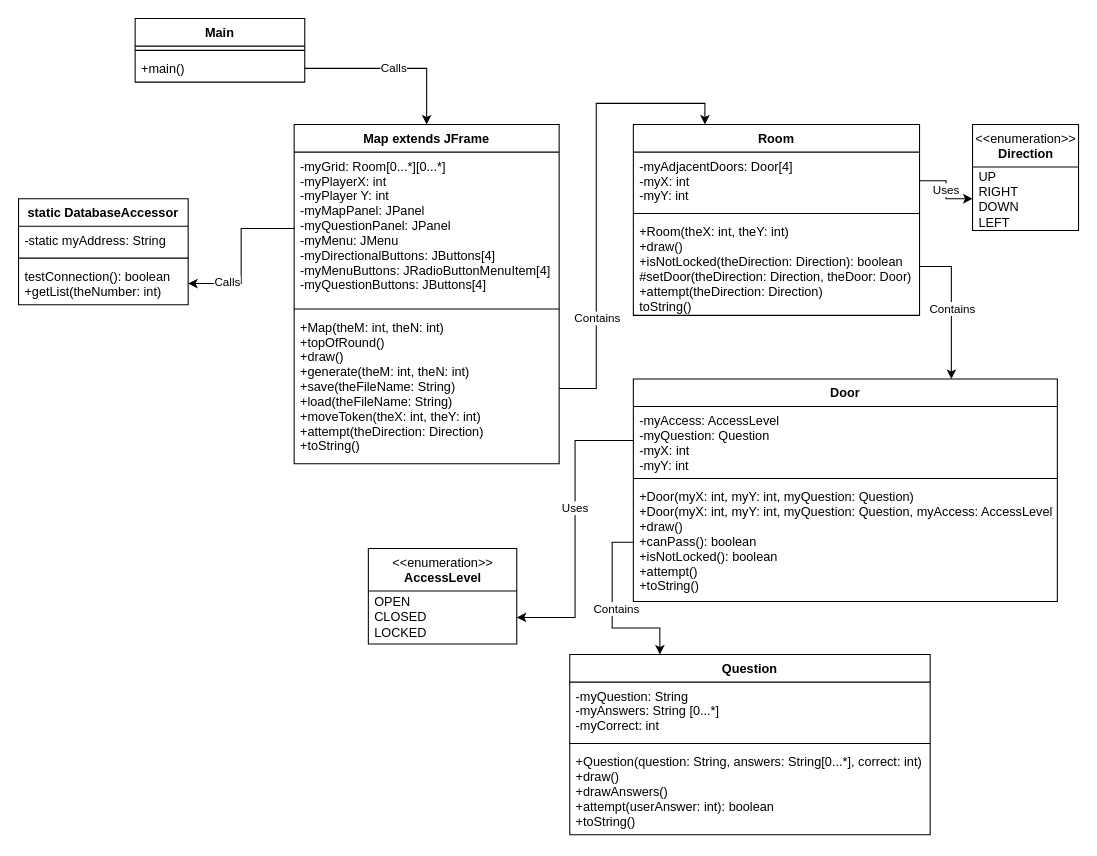
This is page "Map W/ GUI" (1 of 2) of TriviaMazeUML.drawio from mperez68/TriviaMaze, a draw.io file, before an edit. Source tidied: cells renumbered, new cells numbered last; positions are measured from the earlier drawing's top-left corner, leaving out a move shared by most shapes. Both pictures are drawn from the tidied source at 106%, with x=0, y=0 at pixel (18, 18).
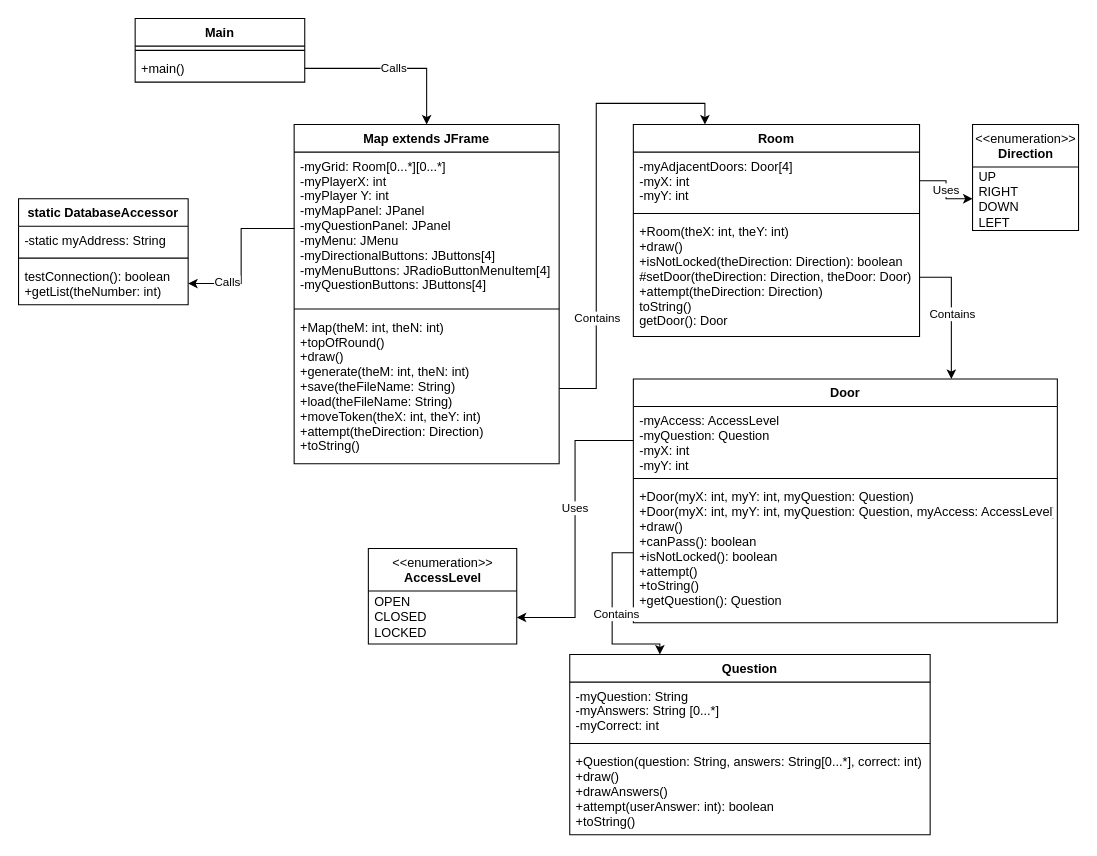
Above is the later version.

Commit message:
2 alternate complete UML's, with and without GUI built in

Change to the diagram source:
```diff
@@
     <mxCell id="6" value="Room" style="swimlane;fontStyle=1;align=center;verticalAlign=top;horizontal=1;startSize=26;" parent="1" vertex="1">
-      <mxGeometry x="580" y="100" width="270" height="180" as="geometry" />
+      <mxGeometry x="580" y="100" width="270" height="200" as="geometry" />
     </mxCell>
@@
-    <mxCell id="9" value="+Room(theX: int, theY: int)&#10;+draw()&#10;+isNotLocked(theDirection: Direction): boolean&#10;#setDoor(theDirection: Direction, theDoor: Door)&#10;+attempt(theDirection: Direction)&#10;toString()" style="text;strokeColor=none;fillColor=none;align=left;verticalAlign=top;spacingLeft=4;spacingRight=4;overflow=hidden;points=[[0,0.5],[1,0.5]];portConstraint=eastwest;" parent="6" vertex="1">
-      <mxGeometry y="88" width="270" height="92" as="geometry" />
+    <mxCell id="9" value="+Room(theX: int, theY: int)&#10;+draw()&#10;+isNotLocked(theDirection: Direction): boolean&#10;#setDoor(theDirection: Direction, theDoor: Door)&#10;+attempt(theDirection: Direction)&#10;toString()&#10;getDoor(): Door" style="text;strokeColor=none;fillColor=none;align=left;verticalAlign=top;spacingLeft=4;spacingRight=4;overflow=hidden;points=[[0,0.5],[1,0.5]];portConstraint=eastwest;" parent="6" vertex="1">
+      <mxGeometry y="88" width="270" height="112" as="geometry" />
     </mxCell>
@@
     <mxCell id="12" value="Door" style="swimlane;fontStyle=1;align=center;verticalAlign=top;horizontal=1;startSize=26;" parent="1" vertex="1">
-      <mxGeometry x="580" y="340" width="400" height="210" as="geometry" />
+      <mxGeometry x="580" y="340" width="400" height="230" as="geometry" />
     </mxCell>
@@
-    <mxCell id="15" value="+Door(myX: int, myY: int, myQuestion: Question)&#10;+Door(myX: int, myY: int, myQuestion: Question, myAccess: AccessLevel)&#10;+draw()&#10;+canPass(): boolean&#10;+isNotLocked(): boolean&#10;+attempt()&#10;+toString()" style="text;strokeColor=none;fillColor=none;align=left;verticalAlign=top;spacingLeft=4;spacingRight=4;overflow=hidden;points=[[0,0.5],[1,0.5]];portConstraint=eastwest;" parent="12" vertex="1">
-      <mxGeometry y="98" width="400" height="112" as="geometry" />
+    <mxCell id="15" value="+Door(myX: int, myY: int, myQuestion: Question)&#10;+Door(myX: int, myY: int, myQuestion: Question, myAccess: AccessLevel)&#10;+draw()&#10;+canPass(): boolean&#10;+isNotLocked(): boolean&#10;+attempt()&#10;+toString()&#10;+getQuestion(): Question" style="text;strokeColor=none;fillColor=none;align=left;verticalAlign=top;spacingLeft=4;spacingRight=4;overflow=hidden;points=[[0,0.5],[1,0.5]];portConstraint=eastwest;" parent="12" vertex="1">
+      <mxGeometry y="98" width="400" height="132" as="geometry" />
     </mxCell>
```
